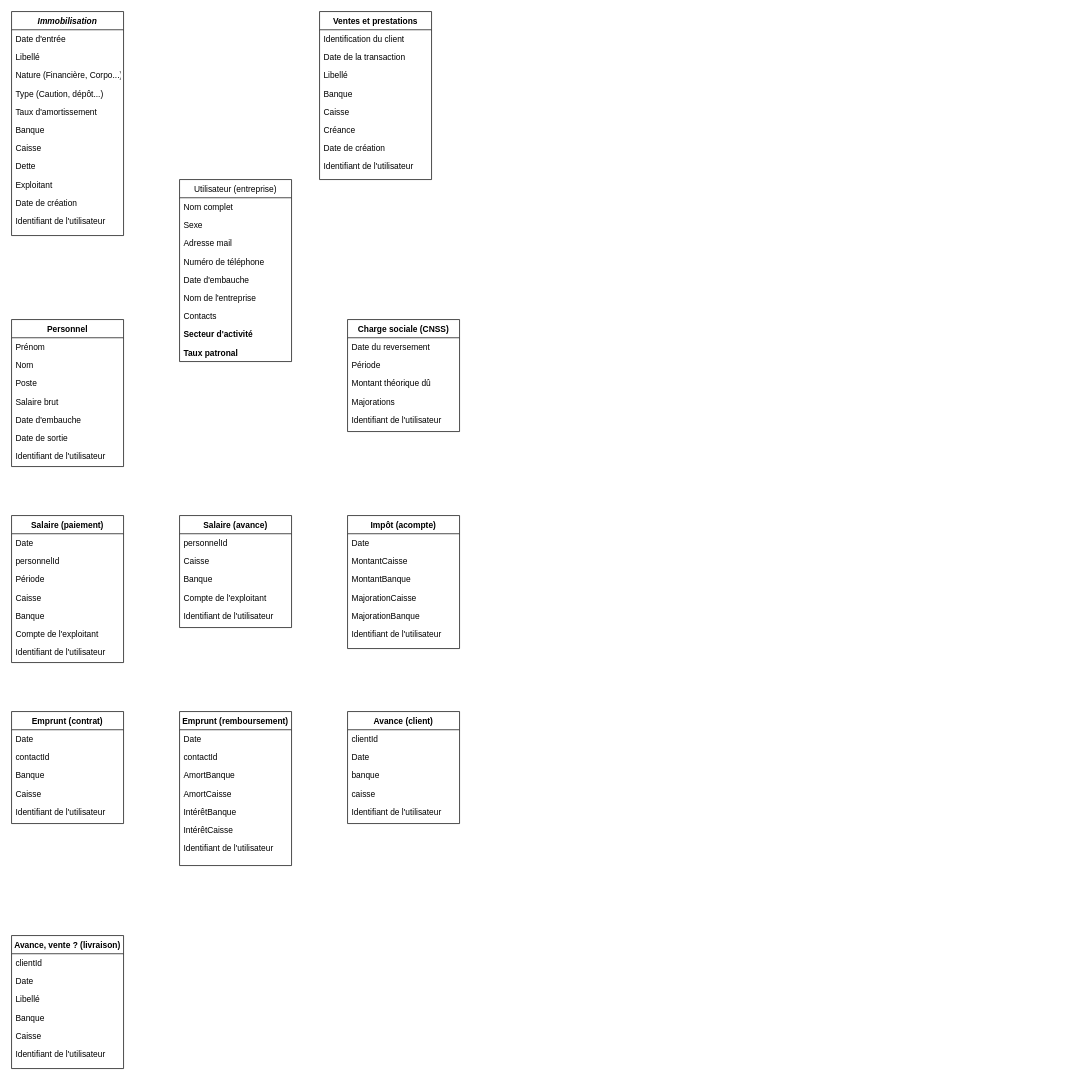
This is Mon Coach.drawio from arso1er/dashboard-draw-maison-rouge, a draw.io file, before an edit. Source tidied: cells renumbered, new cells numbered last; positions are measured from the earlier drawing's top-left corner, leaving out a move shared by most shapes. Both pictures are drawn from the tidied source at 70%, with x=0, y=0 at pixel (11, 11).
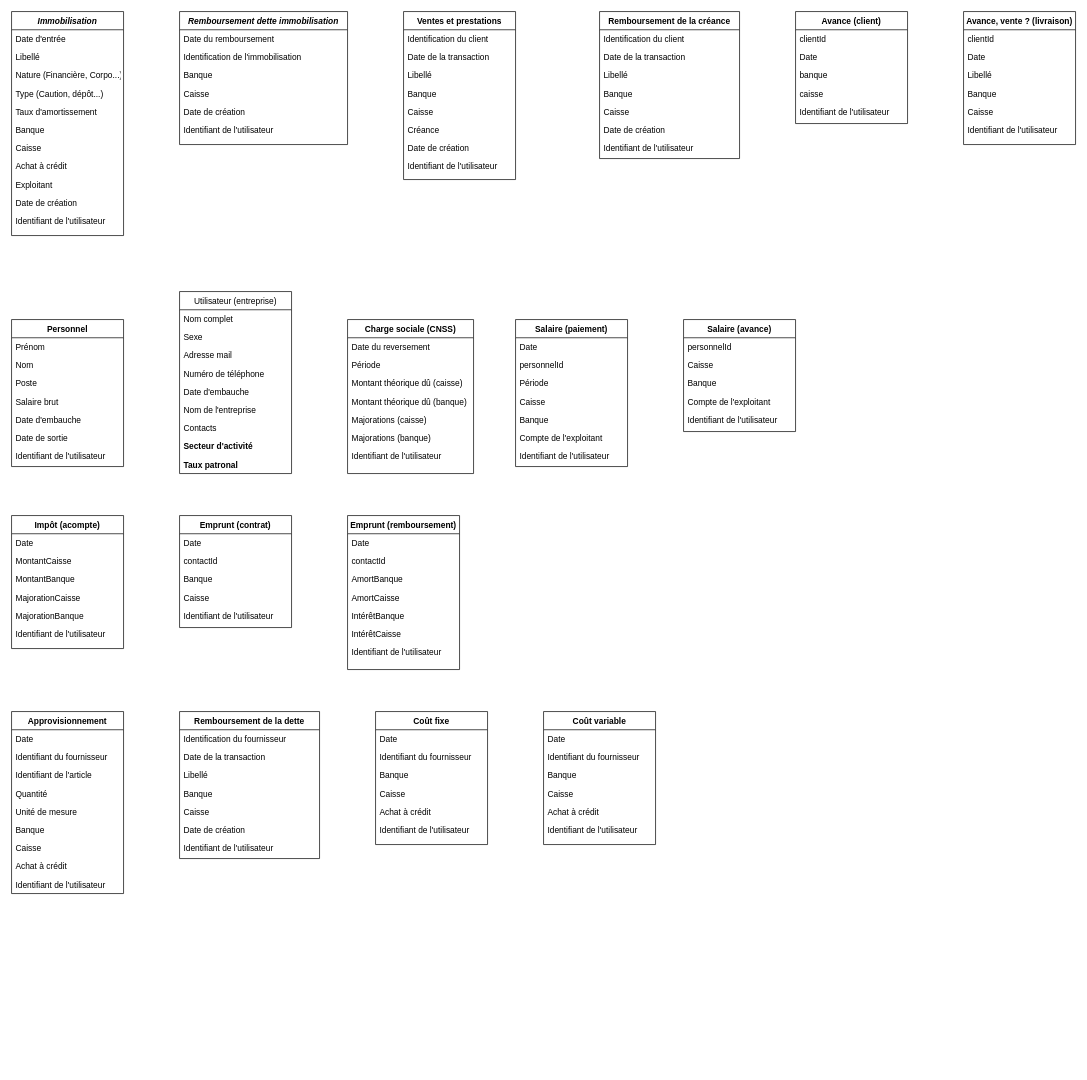
Above is the later version.

Commit message:
Ajout charges supp Mon Coach.drawio

The change refers to these unchanged cells:
```xml
<mxCell id="2" value="Immobilisation" style="swimlane;fontStyle=3;align=center;verticalAlign=top;horizontal=1;startSize=26;rounded=0;shadow=0;strokeWidth=1;" parent="1" vertex="1">
  <mxGeometry width="160" height="320" as="geometry" />
</mxCell>
```

The edit, as a diff of the source:
```diff
@@
-    <mxCell id="10" value="Dette" style="text;align=left;verticalAlign=top;spacingLeft=4;spacingRight=4;overflow=hidden;rounded=0;shadow=0;html=0;" parent="2" vertex="1">
+    <mxCell id="10" value="Achat à crédit" style="text;align=left;verticalAlign=top;spacingLeft=4;spacingRight=4;overflow=hidden;rounded=0;shadow=0;html=0;" parent="2" vertex="1">
       <mxGeometry y="208" width="160" height="26" as="geometry" />
     </mxCell>
@@
     <mxCell id="22" value="Ventes et prestations" style="swimlane;fontStyle=1;align=center;verticalAlign=top;horizontal=1;startSize=26;rounded=0;shadow=0;strokeWidth=1;" parent="1" vertex="1">
-      <mxGeometry x="440" width="160" height="240" as="geometry" />
+      <mxGeometry x="560" width="160" height="240" as="geometry" />
     </mxCell>
@@
     <mxCell id="31" value="Utilisateur (entreprise)" style="swimlane;fontStyle=0;align=center;verticalAlign=top;horizontal=1;startSize=26;rounded=0;shadow=0;strokeWidth=1;" parent="1" vertex="1">
-      <mxGeometry x="240" y="240" width="160" height="260" as="geometry" />
+      <mxGeometry x="240" y="400" width="160" height="260" as="geometry" />
     </mxCell>
@@
     <mxCell id="41" value="Charge sociale (CNSS)" style="swimlane;fontStyle=1;align=center;verticalAlign=top;horizontal=1;startSize=26;rounded=0;shadow=0;strokeWidth=1;" parent="1" vertex="1">
-      <mxGeometry x="480" y="440" width="160" height="160" as="geometry" />
+      <mxGeometry x="480" y="440" width="180" height="220" as="geometry" />
     </mxCell>
     <mxCell id="42" value="Date du reversement" style="text;align=left;verticalAlign=top;spacingLeft=4;spacingRight=4;overflow=hidden;" parent="41" vertex="1">
-      <mxGeometry y="26" width="160" height="26" as="geometry" />
+      <mxGeometry y="26" width="180" height="26" as="geometry" />
     </mxCell>
     <mxCell id="43" value="Période" style="text;align=left;verticalAlign=top;spacingLeft=4;spacingRight=4;overflow=hidden;rounded=0;shadow=0;html=0;" parent="41" vertex="1">
-      <mxGeometry y="52" width="160" height="26" as="geometry" />
+      <mxGeometry y="52" width="180" height="26" as="geometry" />
     </mxCell>
-    <mxCell id="44" value="Montant théorique dû" style="text;align=left;verticalAlign=top;spacingLeft=4;spacingRight=4;overflow=hidden;" parent="41" vertex="1">
-      <mxGeometry y="78" width="160" height="26" as="geometry" />
+    <mxCell id="44" value="Montant théorique dû (caisse)" style="text;align=left;verticalAlign=top;spacingLeft=4;spacingRight=4;overflow=hidden;" parent="41" vertex="1">
+      <mxGeometry y="78" width="180" height="26" as="geometry" />
     </mxCell>
+    <mxCell id="95" value="Montant théorique dû (banque)" style="text;align=left;verticalAlign=top;spacingLeft=4;spacingRight=4;overflow=hidden;" parent="41" vertex="1">
+      <mxGeometry y="104" width="180" height="26" as="geometry" />
+    </mxCell>
-    <mxCell id="45" value="Majorations" style="text;align=left;verticalAlign=top;spacingLeft=4;spacingRight=4;overflow=hidden;" parent="41" vertex="1">
-      <mxGeometry y="104" width="160" height="26" as="geometry" />
+    <mxCell id="45" value="Majorations (caisse)" style="text;align=left;verticalAlign=top;spacingLeft=4;spacingRight=4;overflow=hidden;" parent="41" vertex="1">
+      <mxGeometry y="130" width="180" height="26" as="geometry" />
     </mxCell>
+    <mxCell id="96" value="Majorations (banque)" style="text;align=left;verticalAlign=top;spacingLeft=4;spacingRight=4;overflow=hidden;" parent="41" vertex="1">
+      <mxGeometry y="156" width="180" height="26" as="geometry" />
+    </mxCell>
     <mxCell id="46" value="Identifiant de l'utilisateur" style="text;align=left;verticalAlign=top;spacingLeft=4;spacingRight=4;overflow=hidden;rounded=0;shadow=0;html=0;" parent="41" vertex="1">
-      <mxGeometry y="130" width="160" height="26" as="geometry" />
+      <mxGeometry y="182" width="180" height="26" as="geometry" />
     </mxCell>
     <mxCell id="47" value="Salaire (paiement)" style="swimlane;fontStyle=1;align=center;verticalAlign=top;horizontal=1;startSize=26;rounded=0;shadow=0;strokeWidth=1;" parent="1" vertex="1">
-      <mxGeometry y="720" width="160" height="210" as="geometry" />
+      <mxGeometry x="720" y="440" width="160" height="210" as="geometry" />
     </mxCell>
@@
     <mxCell id="55" value="Salaire (avance)" style="swimlane;fontStyle=1;align=center;verticalAlign=top;horizontal=1;startSize=26;rounded=0;shadow=0;strokeWidth=1;" parent="1" vertex="1">
-      <mxGeometry x="240" y="720" width="160" height="160" as="geometry" />
+      <mxGeometry x="960" y="440" width="160" height="160" as="geometry" />
     </mxCell>
@@
     <mxCell id="61" value="Impôt (acompte)" style="swimlane;fontStyle=1;align=center;verticalAlign=top;horizontal=1;startSize=26;rounded=0;shadow=0;strokeWidth=1;" parent="1" vertex="1">
-      <mxGeometry x="480" y="720" width="160" height="190" as="geometry" />
+      <mxGeometry y="720" width="160" height="190" as="geometry" />
     </mxCell>
@@
     <mxCell id="68" value="Emprunt (contrat)" style="swimlane;fontStyle=1;align=center;verticalAlign=top;horizontal=1;startSize=26;rounded=0;shadow=0;strokeWidth=1;" parent="1" vertex="1">
-      <mxGeometry y="1000" width="160" height="160" as="geometry" />
+      <mxGeometry x="240" y="720" width="160" height="160" as="geometry" />
     </mxCell>
@@
     <mxCell id="74" value="Emprunt (remboursement)" style="swimlane;fontStyle=1;align=center;verticalAlign=top;horizontal=1;startSize=26;rounded=0;shadow=0;strokeWidth=1;" parent="1" vertex="1">
-      <mxGeometry x="240" y="1000" width="160" height="220" as="geometry" />
+      <mxGeometry x="480" y="720" width="160" height="220" as="geometry" />
     </mxCell>
@@
     <mxCell id="82" value="Avance (client)" style="swimlane;fontStyle=1;align=center;verticalAlign=top;horizontal=1;startSize=26;rounded=0;shadow=0;strokeWidth=1;" parent="1" vertex="1">
-      <mxGeometry x="480" y="1000" width="160" height="160" as="geometry" />
+      <mxGeometry x="1120" width="160" height="160" as="geometry" />
     </mxCell>
@@
     <mxCell id="88" value="Avance, vente ? (livraison)" style="swimlane;fontStyle=1;align=center;verticalAlign=top;horizontal=1;startSize=26;rounded=0;shadow=0;strokeWidth=1;" parent="1" vertex="1">
-      <mxGeometry y="1320" width="160" height="190" as="geometry" />
+      <mxGeometry x="1360" width="160" height="190" as="geometry" />
     </mxCell>
@@
+    <mxCell id="97" value="Remboursement de la créance" style="swimlane;fontStyle=1;align=center;verticalAlign=top;horizontal=1;startSize=26;rounded=0;shadow=0;strokeWidth=1;" parent="1" vertex="1">
+      <mxGeometry x="840" width="200" height="210" as="geometry" />
+    </mxCell>
+    <mxCell id="98" value="Identification du client" style="text;align=left;verticalAlign=top;spacingLeft=4;spacingRight=4;overflow=hidden;" parent="97" vertex="1">
+      <mxGeometry y="26" width="200" height="26" as="geometry" />
+    </mxCell>
+    <mxCell id="99" value="Date de la transaction" style="text;align=left;verticalAlign=top;spacingLeft=4;spacingRight=4;overflow=hidden;rounded=0;shadow=0;html=0;" parent="97" vertex="1">
+      <mxGeometry y="52" width="200" height="26" as="geometry" />
+    </mxCell>
+    <mxCell id="100" value="Libellé" style="text;align=left;verticalAlign=top;spacingLeft=4;spacingRight=4;overflow=hidden;rounded=0;shadow=0;html=0;" parent="97" vertex="1">
+      <mxGeometry y="78" width="200" height="26" as="geometry" />
+    </mxCell>
+    <mxCell id="101" value="Banque" style="text;align=left;verticalAlign=top;spacingLeft=4;spacingRight=4;overflow=hidden;rounded=0;shadow=0;html=0;" parent="97" vertex="1">
+      <mxGeometry y="104" width="200" height="26" as="geometry" />
+    </mxCell>
+    <mxCell id="102" value="Caisse" style="text;align=left;verticalAlign=top;spacingLeft=4;spacingRight=4;overflow=hidden;rounded=0;shadow=0;html=0;" parent="97" vertex="1">
+      <mxGeometry y="130" width="200" height="26" as="geometry" />
+    </mxCell>
+    <mxCell id="103" value="Date de création" style="text;align=left;verticalAlign=top;spacingLeft=4;spacingRight=4;overflow=hidden;" parent="97" vertex="1">
+      <mxGeometry y="156" width="200" height="26" as="geometry" />
+    </mxCell>
+    <mxCell id="104" value="Identifiant de l'utilisateur" style="text;align=left;verticalAlign=top;spacingLeft=4;spacingRight=4;overflow=hidden;rounded=0;shadow=0;html=0;" parent="97" vertex="1">
+      <mxGeometry y="182" width="200" height="26" as="geometry" />
+    </mxCell>
+    <mxCell id="105" value="Remboursement dette immobilisation" style="swimlane;fontStyle=3;align=center;verticalAlign=top;horizontal=1;startSize=26;rounded=0;shadow=0;strokeWidth=1;" parent="1" vertex="1">
+      <mxGeometry x="240" width="240" height="190" as="geometry" />
+    </mxCell>
+    <mxCell id="106" value="Date du remboursement" style="text;align=left;verticalAlign=top;spacingLeft=4;spacingRight=4;overflow=hidden;rounded=0;shadow=0;html=0;" parent="105" vertex="1">
+      <mxGeometry y="26" width="240" height="26" as="geometry" />
+    </mxCell>
+    <mxCell id="107" value="Identification de l'immobilisation" style="text;align=left;verticalAlign=top;spacingLeft=4;spacingRight=4;overflow=hidden;" parent="105" vertex="1">
+      <mxGeometry y="52" width="240" height="26" as="geometry" />
+    </mxCell>
+    <mxCell id="108" value="Banque" style="text;align=left;verticalAlign=top;spacingLeft=4;spacingRight=4;overflow=hidden;rounded=0;shadow=0;html=0;" parent="105" vertex="1">
+      <mxGeometry y="78" width="240" height="26" as="geometry" />
+    </mxCell>
+    <mxCell id="109" value="Caisse" style="text;align=left;verticalAlign=top;spacingLeft=4;spacingRight=4;overflow=hidden;rounded=0;shadow=0;html=0;" parent="105" vertex="1">
+      <mxGeometry y="104" width="240" height="26" as="geometry" />
+    </mxCell>
+    <mxCell id="110" value="Date de création" style="text;align=left;verticalAlign=top;spacingLeft=4;spacingRight=4;overflow=hidden;rounded=0;shadow=0;html=0;" parent="105" vertex="1">
+      <mxGeometry y="130" width="240" height="26" as="geometry" />
+    </mxCell>
+    <mxCell id="111" value="Identifiant de l'utilisateur" style="text;align=left;verticalAlign=top;spacingLeft=4;spacingRight=4;overflow=hidden;rounded=0;shadow=0;html=0;" parent="105" vertex="1">
+      <mxGeometry y="156" width="240" height="26" as="geometry" />
+    </mxCell>
+    <mxCell id="112" value="Approvisionnement" style="swimlane;fontStyle=1;align=center;verticalAlign=top;horizontal=1;startSize=26;rounded=0;shadow=0;strokeWidth=1;" parent="1" vertex="1">
+      <mxGeometry y="1000" width="160" height="260" as="geometry" />
+    </mxCell>
+    <mxCell id="113" value="Date" style="text;align=left;verticalAlign=top;spacingLeft=4;spacingRight=4;overflow=hidden;" parent="112" vertex="1">
+      <mxGeometry y="26" width="160" height="26" as="geometry" />
+    </mxCell>
+    <mxCell id="114" value="Identifiant du fournisseur" style="text;align=left;verticalAlign=top;spacingLeft=4;spacingRight=4;overflow=hidden;rounded=0;shadow=0;html=0;" parent="112" vertex="1">
+      <mxGeometry y="52" width="160" height="26" as="geometry" />
+    </mxCell>
+    <mxCell id="115" value="Identifiant de l'article" style="text;align=left;verticalAlign=top;spacingLeft=4;spacingRight=4;overflow=hidden;" parent="112" vertex="1">
+      <mxGeometry y="78" width="160" height="26" as="geometry" />
+    </mxCell>
+    <mxCell id="116" value="Quantité" style="text;align=left;verticalAlign=top;spacingLeft=4;spacingRight=4;overflow=hidden;" parent="112" vertex="1">
+      <mxGeometry y="104" width="160" height="26" as="geometry" />
+    </mxCell>
+    <mxCell id="117" value="Unité de mesure" style="text;align=left;verticalAlign=top;spacingLeft=4;spacingRight=4;overflow=hidden;" parent="112" vertex="1">
+      <mxGeometry y="130" width="160" height="26" as="geometry" />
+    </mxCell>
+    <mxCell id="118" value="Banque" style="text;align=left;verticalAlign=top;spacingLeft=4;spacingRight=4;overflow=hidden;" parent="112" vertex="1">
+      <mxGeometry y="156" width="160" height="26" as="geometry" />
+    </mxCell>
+    <mxCell id="119" value="Caisse" style="text;align=left;verticalAlign=top;spacingLeft=4;spacingRight=4;overflow=hidden;" parent="112" vertex="1">
+      <mxGeometry y="182" width="160" height="26" as="geometry" />
+    </mxCell>
+    <mxCell id="120" value="Achat à crédit" style="text;align=left;verticalAlign=top;spacingLeft=4;spacingRight=4;overflow=hidden;" parent="112" vertex="1">
+      <mxGeometry y="208" width="160" height="26" as="geometry" />
+    </mxCell>
+    <mxCell id="121" value="Identifiant de l'utilisateur" style="text;align=left;verticalAlign=top;spacingLeft=4;spacingRight=4;overflow=hidden;rounded=0;shadow=0;html=0;" parent="112" vertex="1">
+      <mxGeometry y="234" width="160" height="26" as="geometry" />
+    </mxCell>
+    <mxCell id="122" value="Remboursement de la dette" style="swimlane;fontStyle=1;align=center;verticalAlign=top;horizontal=1;startSize=26;rounded=0;shadow=0;strokeWidth=1;" parent="1" vertex="1">
+      <mxGeometry x="240" y="1000" width="200" height="210" as="geometry" />
+    </mxCell>
+    <mxCell id="123" value="Identification du fournisseur" style="text;align=left;verticalAlign=top;spacingLeft=4;spacingRight=4;overflow=hidden;" parent="122" vertex="1">
+      <mxGeometry y="26" width="200" height="26" as="geometry" />
+    </mxCell>
+    <mxCell id="124" value="Date de la transaction" style="text;align=left;verticalAlign=top;spacingLeft=4;spacingRight=4;overflow=hidden;rounded=0;shadow=0;html=0;" parent="122" vertex="1">
+      <mxGeometry y="52" width="200" height="26" as="geometry" />
+    </mxCell>
+    <mxCell id="125" value="Libellé" style="text;align=left;verticalAlign=top;spacingLeft=4;spacingRight=4;overflow=hidden;rounded=0;shadow=0;html=0;" parent="122" vertex="1">
+      <mxGeometry y="78" width="200" height="26" as="geometry" />
+    </mxCell>
+    <mxCell id="126" value="Banque" style="text;align=left;verticalAlign=top;spacingLeft=4;spacingRight=4;overflow=hidden;rounded=0;shadow=0;html=0;" parent="122" vertex="1">
+      <mxGeometry y="104" width="200" height="26" as="geometry" />
+    </mxCell>
+    <mxCell id="127" value="Caisse" style="text;align=left;verticalAlign=top;spacingLeft=4;spacingRight=4;overflow=hidden;rounded=0;shadow=0;html=0;" parent="122" vertex="1">
+      <mxGeometry y="130" width="200" height="26" as="geometry" />
+    </mxCell>
+    <mxCell id="128" value="Date de création" style="text;align=left;verticalAlign=top;spacingLeft=4;spacingRight=4;overflow=hidden;" parent="122" vertex="1">
+      <mxGeometry y="156" width="200" height="26" as="geometry" />
+    </mxCell>
+    <mxCell id="129" value="Identifiant de l'utilisateur" style="text;align=left;verticalAlign=top;spacingLeft=4;spacingRight=4;overflow=hidden;rounded=0;shadow=0;html=0;" parent="122" vertex="1">
+      <mxGeometry y="182" width="200" height="26" as="geometry" />
+    </mxCell>
+    <mxCell id="130" value="Coût fixe" style="swimlane;fontStyle=1;align=center;verticalAlign=top;horizontal=1;startSize=26;rounded=0;shadow=0;strokeWidth=1;" parent="1" vertex="1">
+      <mxGeometry x="520" y="1000" width="160" height="190" as="geometry" />
+    </mxCell>
+    <mxCell id="131" value="Date" style="text;align=left;verticalAlign=top;spacingLeft=4;spacingRight=4;overflow=hidden;" parent="130" vertex="1">
+      <mxGeometry y="26" width="160" height="26" as="geometry" />
+    </mxCell>
+    <mxCell id="132" value="Identifiant du fournisseur" style="text;align=left;verticalAlign=top;spacingLeft=4;spacingRight=4;overflow=hidden;rounded=0;shadow=0;html=0;" parent="130" vertex="1">
+      <mxGeometry y="52" width="160" height="26" as="geometry" />
+    </mxCell>
+    <mxCell id="133" value="Banque" style="text;align=left;verticalAlign=top;spacingLeft=4;spacingRight=4;overflow=hidden;" parent="130" vertex="1">
+      <mxGeometry y="78" width="160" height="26" as="geometry" />
+    </mxCell>
+    <mxCell id="134" value="Caisse" style="text;align=left;verticalAlign=top;spacingLeft=4;spacingRight=4;overflow=hidden;" parent="130" vertex="1">
+      <mxGeometry y="104" width="160" height="26" as="geometry" />
+    </mxCell>
+    <mxCell id="135" value="Achat à crédit" style="text;align=left;verticalAlign=top;spacingLeft=4;spacingRight=4;overflow=hidden;" parent="130" vertex="1">
+      <mxGeometry y="130" width="160" height="26" as="geometry" />
+    </mxCell>
+    <mxCell id="136" value="Identifiant de l'utilisateur" style="text;align=left;verticalAlign=top;spacingLeft=4;spacingRight=4;overflow=hidden;rounded=0;shadow=0;html=0;" parent="130" vertex="1">
+      <mxGeometry y="156" width="160" height="26" as="geometry" />
+    </mxCell>
+    <mxCell id="137" value="Coût variable" style="swimlane;fontStyle=1;align=center;verticalAlign=top;horizontal=1;startSize=26;rounded=0;shadow=0;strokeWidth=1;" parent="1" vertex="1">
+      <mxGeometry x="760" y="1000" width="160" height="190" as="geometry" />
+    </mxCell>
+    <mxCell id="138" value="Date" style="text;align=left;verticalAlign=top;spacingLeft=4;spacingRight=4;overflow=hidden;" parent="137" vertex="1">
+      <mxGeometry y="26" width="160" height="26" as="geometry" />
+    </mxCell>
+    <mxCell id="139" value="Identifiant du fournisseur" style="text;align=left;verticalAlign=top;spacingLeft=4;spacingRight=4;overflow=hidden;rounded=0;shadow=0;html=0;" parent="137" vertex="1">
+      <mxGeometry y="52" width="160" height="26" as="geometry" />
+    </mxCell>
+    <mxCell id="140" value="Banque" style="text;align=left;verticalAlign=top;spacingLeft=4;spacingRight=4;overflow=hidden;" parent="137" vertex="1">
+      <mxGeometry y="78" width="160" height="26" as="geometry" />
+    </mxCell>
+    <mxCell id="141" value="Caisse" style="text;align=left;verticalAlign=top;spacingLeft=4;spacingRight=4;overflow=hidden;" parent="137" vertex="1">
+      <mxGeometry y="104" width="160" height="26" as="geometry" />
+    </mxCell>
+    <mxCell id="142" value="Achat à crédit" style="text;align=left;verticalAlign=top;spacingLeft=4;spacingRight=4;overflow=hidden;" parent="137" vertex="1">
+      <mxGeometry y="130" width="160" height="26" as="geometry" />
+    </mxCell>
+    <mxCell id="143" value="Identifiant de l'utilisateur" style="text;align=left;verticalAlign=top;spacingLeft=4;spacingRight=4;overflow=hidden;rounded=0;shadow=0;html=0;" parent="137" vertex="1">
+      <mxGeometry y="156" width="160" height="26" as="geometry" />
+    </mxCell>
```
